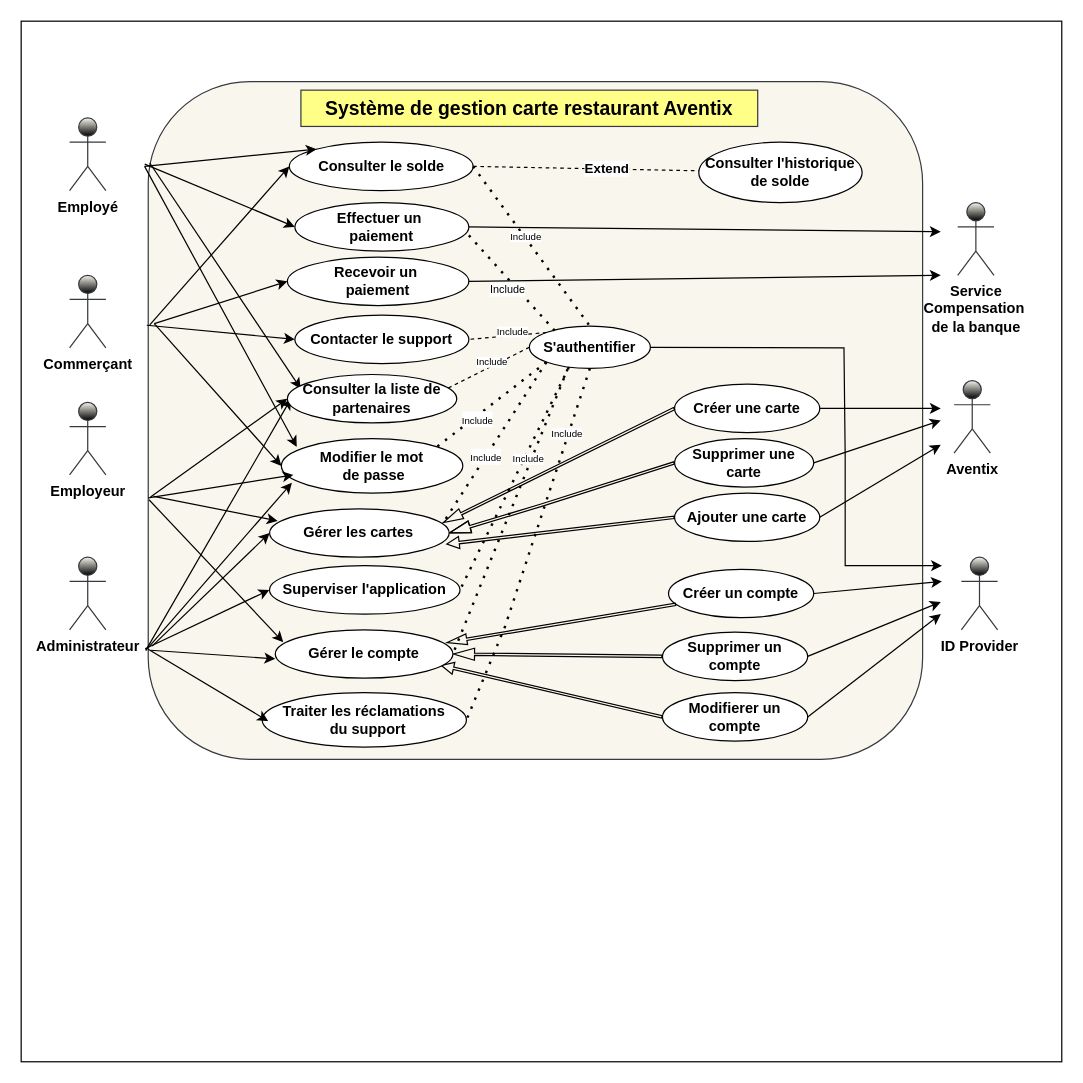
Before: Diagramme_de_cas_d_utilisation.drawio in msisitr/aventix-design, a draw.io diagram. Source tidied: cells renumbered, new cells numbered last; positions are measured from the earlier drawing's top-left corner, leaving out a move shared by most shapes. Both pictures are drawn from the tidied source at 121%, with x=0, y=0 at pixel (21, 21).
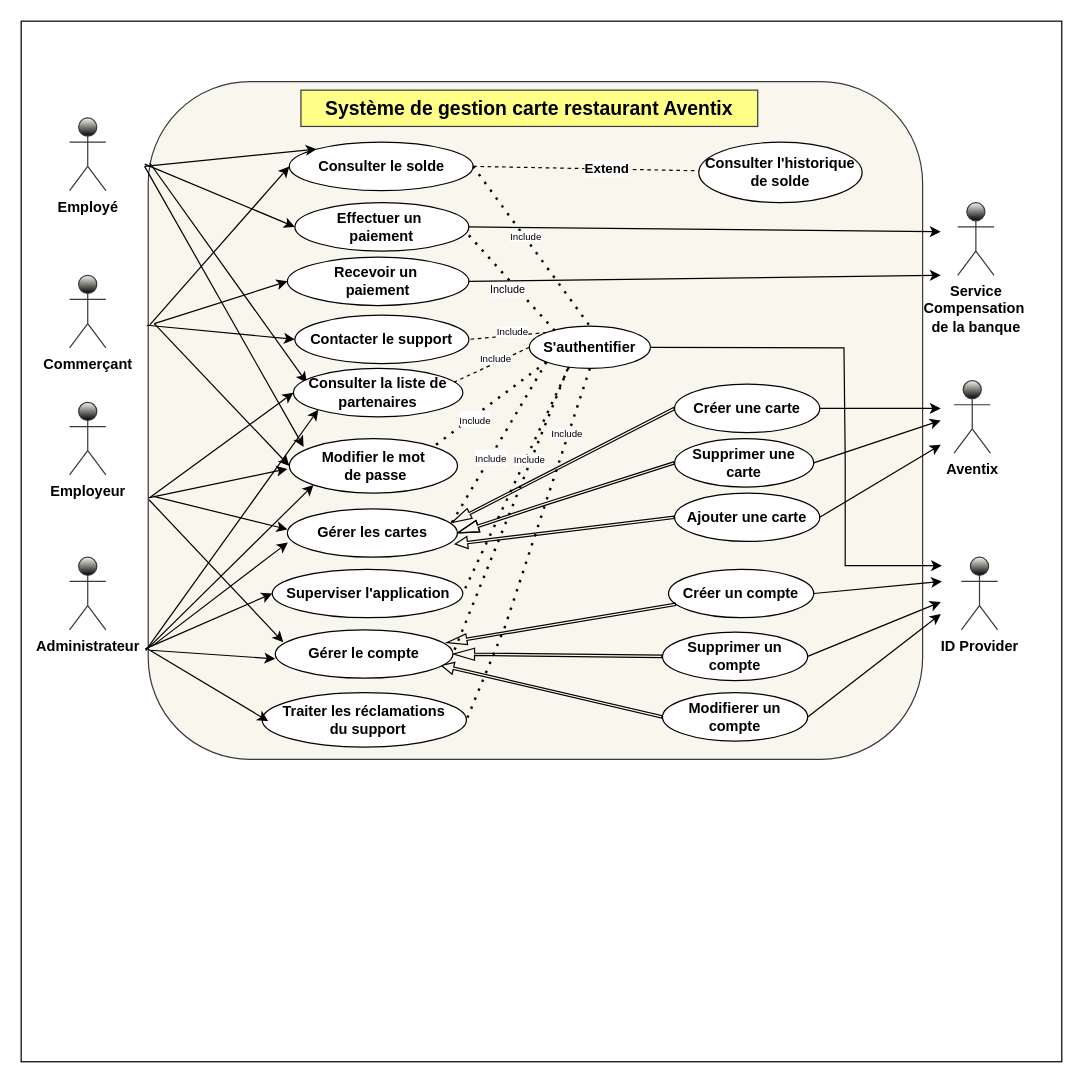
Above is the later version.

Commit message (it also covers changes not shown here):
Mettre à jour Diagramme_de_cas_d_utilisation.drawio

The change refers to these unchanged cells:
```xml
<mxCell id="3" style="rounded=1;whiteSpace=wrap;html=1;fillColor=#f9f7ed;strokeColor=#36393d;fontStyle=1;labelBorderColor=none;textShadow=1;" parent="1" vertex="1">
  <mxGeometry x="105" y="50" width="640" height="560" as="geometry" />
</mxCell>
```

The edit, as a diff of the source:
```diff
@@
-    <mxCell id="34" style="endArrow=classic;html=1;rounded=0;entryX=0;entryY=0.5;entryDx=0;entryDy=0;exitX=0.005;exitY=0.833;exitDx=0;exitDy=0;exitPerimeter=0;fontStyle=1;" parent="1" edge="1" source="3" target="70">
+    <mxCell id="34" style="endArrow=classic;html=1;rounded=0;entryX=0.003;entryY=0.695;entryDx=0;entryDy=0;exitX=0.005;exitY=0.833;exitDx=0;exitDy=0;exitPerimeter=0;fontStyle=1;entryPerimeter=0;" parent="1" edge="1" source="3" target="70">
       <mxGeometry relative="1" as="geometry" />
     </mxCell>
@@
     <mxCell id="36" value="&lt;div&gt;Modifier le mot&lt;/div&gt;&lt;div&gt;&amp;nbsp;de passe&lt;/div&gt;" style="ellipse;whiteSpace=wrap;html=1;fontStyle=1;" parent="1" vertex="1">
-      <mxGeometry x="215" y="345" width="150" height="45" as="geometry" />
+      <mxGeometry x="221.6" y="345" width="139" height="45" as="geometry" />
     </mxCell>
@@
-    <mxCell id="42" style="endArrow=classic;html=1;rounded=0;fontStyle=1;entryX=0.045;entryY=0.25;entryDx=0;entryDy=0;exitX=0.007;exitY=0.612;exitDx=0;exitDy=0;exitPerimeter=0;entryPerimeter=0;" parent="1" edge="1" source="3" target="70">
-      <mxGeometry relative="1" as="geometry" />
+    <mxCell id="42" style="endArrow=classic;html=1;rounded=0;fontStyle=1;exitX=0.007;exitY=0.612;exitDx=0;exitDy=0;exitPerimeter=0;" parent="1" edge="1" source="3">
+      <mxGeometry relative="1" as="geometry">
+        <mxPoint x="220" y="420" as="targetPoint" />
+      </mxGeometry>
     </mxCell>
@@
     <mxCell id="45" value="Superviser l'application " style="ellipse;whiteSpace=wrap;html=1;fontStyle=1;" parent="1" vertex="1">
-      <mxGeometry x="205.2" y="450" width="157.5" height="40" as="geometry" />
+      <mxGeometry x="207.5" y="453" width="157.5" height="40" as="geometry" />
     </mxCell>
@@
-    <mxCell id="54" style="endArrow=classic;html=1;rounded=0;entryX=0;entryY=0.5;entryDx=0;entryDy=0;fontStyle=1;" parent="1" edge="1">
+    <mxCell id="54" style="endArrow=classic;html=1;rounded=0;entryX=0;entryY=1;entryDx=0;entryDy=0;fontStyle=1;" parent="1" edge="1" target="71">
       <mxGeometry relative="1" as="geometry">
         <mxPoint x="103" y="520" as="sourcePoint" />
-        <mxPoint x="223" y="312" as="targetPoint" />
       </mxGeometry>
     </mxCell>
@@
     <mxCell id="64" style="endArrow=classic;html=1;rounded=0;fontStyle=1;exitX=0;exitY=0.625;exitDx=0;exitDy=0;exitPerimeter=0;" parent="1" edge="1">
       <mxGeometry relative="1" as="geometry">
         <mxPoint x="105" y="394" as="sourcePoint" />
-        <mxPoint x="225" y="375" as="targetPoint" />
+        <mxPoint x="220" y="370" as="targetPoint" />
       </mxGeometry>
     </mxCell>
-    <mxCell id="65" style="endArrow=classic;html=1;rounded=0;fontStyle=1;entryX=0.038;entryY=0.811;entryDx=0;entryDy=0;entryPerimeter=0;" parent="1" edge="1">
+    <mxCell id="65" style="endArrow=classic;html=1;rounded=0;fontStyle=1;entryX=0;entryY=1;entryDx=0;entryDy=0;" parent="1" edge="1" target="36">
       <mxGeometry relative="1" as="geometry">
         <mxPoint x="103" y="520" as="sourcePoint" />
-        <mxPoint x="223.7" y="381.5" as="targetPoint" />
       </mxGeometry>
     </mxCell>
@@
     <mxCell id="70" value="&lt;span&gt;Gérer les cartes&lt;/span&gt;" style="ellipse;whiteSpace=wrap;html=1;fontStyle=1;" parent="1" vertex="1">
-      <mxGeometry x="205.3" y="403" width="148.4" height="40" as="geometry" />
+      <mxGeometry x="220" y="403" width="140.5" height="40" as="geometry" />
     </mxCell>
     <mxCell id="71" value="Consulter la liste de partenaires" style="ellipse;whiteSpace=wrap;html=1;fontStyle=1;" parent="1" vertex="1">
-      <mxGeometry x="220" y="292" width="140" height="40" as="geometry" />
+      <mxGeometry x="225" y="287" width="140" height="40" as="geometry" />
     </mxCell>
```
